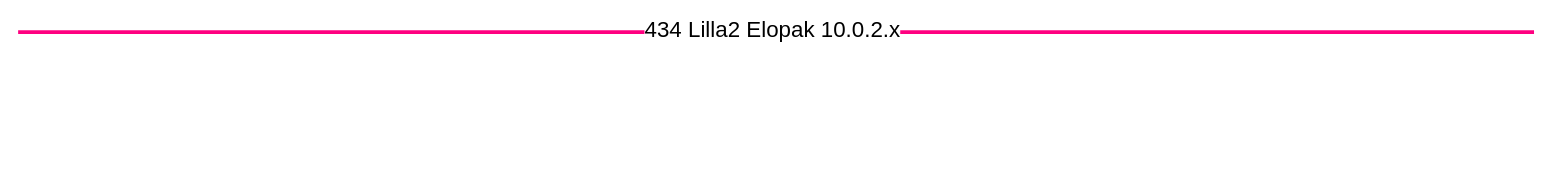
This is page "434 Lilla2" (6 of 22) of Topology.drawio from warben0/DrawIOStorage, a draw.io file, before an edit. Source tidied: cells renumbered, new cells numbered last; positions are measured from the earlier drawing's top-left corner, leaving out a move shared by most shapes. Both pictures are drawn from the tidied source at 93%, with x=0, y=0 at pixel (18, 29).
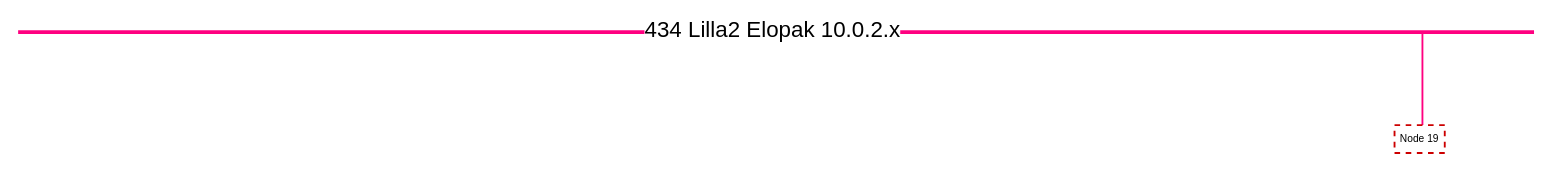
The same diagram, later.

The edit, as a diff of the source:
```diff
@@
 <mxGraphModel>
   <root>
     <mxCell id="0" />
     <mxCell id="1" parent="0" />
     <mxCell id="2" style="endArrow=none;html=1;rounded=0;fillColor=#e1d5e7;strokeColor=#FF0080;strokeWidth=4;" parent="1" edge="1">
       <mxGeometry relative="1" as="geometry">
         <mxPoint y="3" as="sourcePoint" />
         <mxPoint x="1630" y="3" as="targetPoint" />
       </mxGeometry>
     </mxCell>
     <mxCell id="3" value="434 Lilla2 Elopak 10.0.2.x" style="edgeLabel;html=1;align=center;verticalAlign=middle;fontSize=24;" parent="1" vertex="1">
       <mxGeometry x="810" as="geometry" />
     </mxCell>
+    <mxCell id="4" style="edgeStyle=orthogonalEdgeStyle;shape=connector;rounded=0;orthogonalLoop=1;jettySize=auto;html=1;labelBackgroundColor=default;strokeColor=#ff0080;align=center;verticalAlign=middle;fontFamily=Helvetica;fontSize=11;fontColor=default;endArrow=none;jumpStyle=gap;endFill=0;strokeWidth=2;" parent="1" edge="1">
+      <mxGeometry relative="1" as="geometry">
+        <mxPoint x="1510" y="103" as="sourcePoint" />
+        <mxPoint x="1510" y="3" as="targetPoint" />
+      </mxGeometry>
+    </mxCell>
+    <mxCell id="5" value="Node 19" style="text;html=1;align=center;verticalAlign=middle;whiteSpace=wrap;rounded=0;fontSize=11;fontFamily=Helvetica;fillColor=none;strokeColor=#CC0000;dashed=1;strokeWidth=2;" parent="1" vertex="1">
+      <mxGeometry x="1480" y="103" width="54" height="30" as="geometry" />
+    </mxCell>
   </root>
 </mxGraphModel>
```
